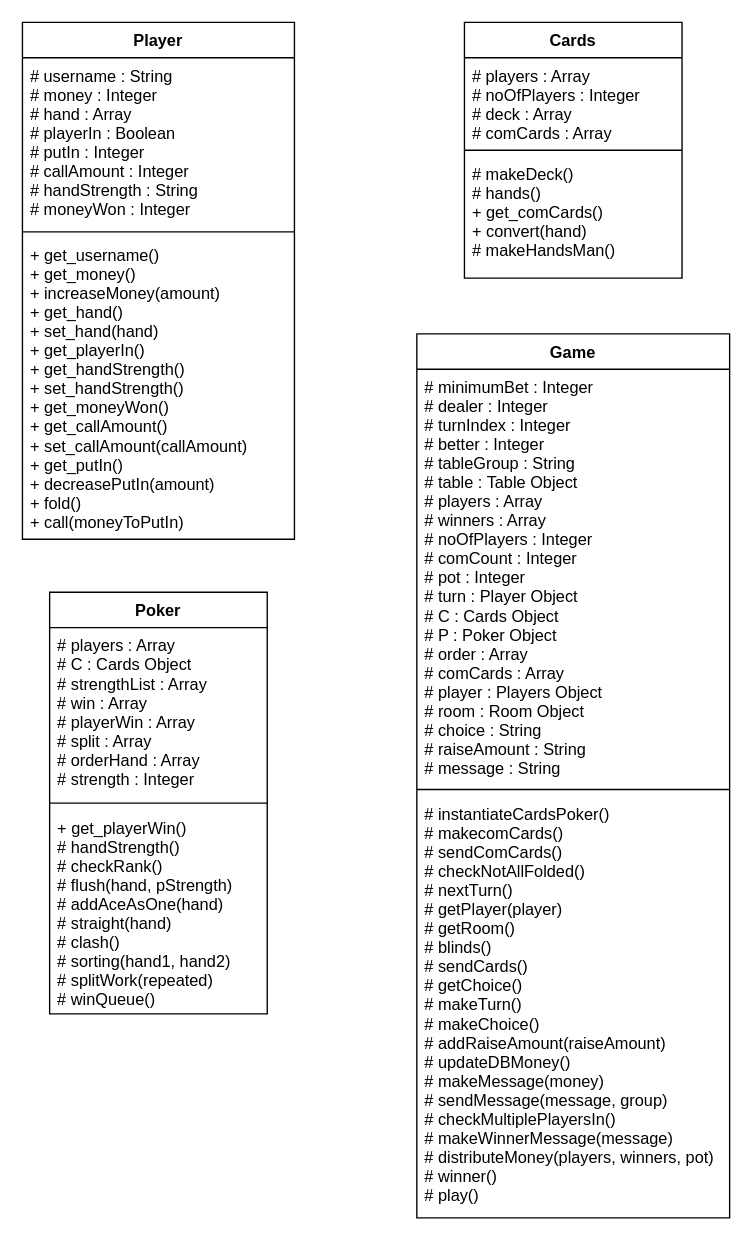
Before: report/oop diagram.drawio in tom-pollak/web-poker, a draw.io diagram. Source tidied: cells renumbered, new cells numbered last; positions are measured from the earlier drawing's top-left corner, leaving out a move shared by most shapes. Both pictures are drawn from the tidied source at 136%, with x=0, y=0 at pixel (22, 22).
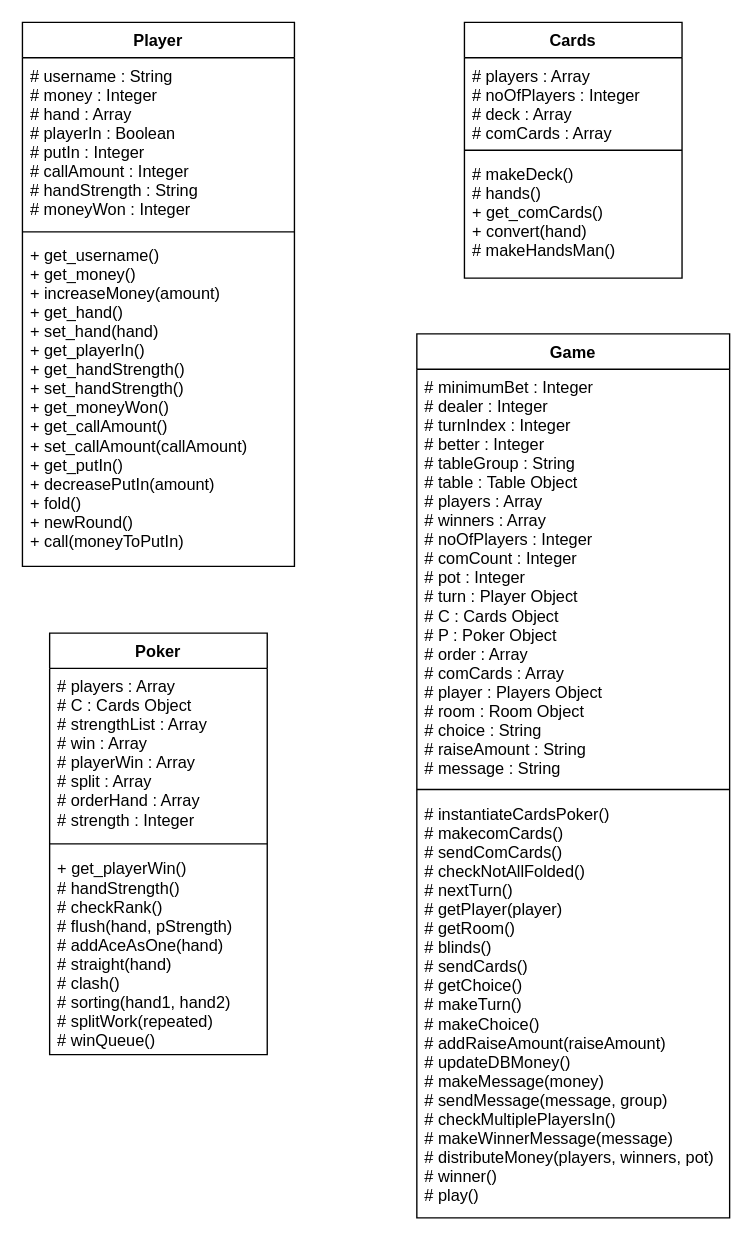
Above is the later version.

Diff of the diagram source:
```diff
@@
 <mxGraphModel>
   <root>
     <mxCell id="0" />
     <mxCell id="1" parent="0" />
     <mxCell id="2" value="Player" style="swimlane;fontStyle=1;align=center;verticalAlign=top;horizontal=1;startSize=26;" parent="1" vertex="1">
-      <mxGeometry width="200" height="380" as="geometry" />
+      <mxGeometry width="200" height="400" as="geometry" />
     </mxCell>
     <mxCell id="3" value="# username : String&#10;# money : Integer&#10;# hand : Array&#10;# playerIn : Boolean&#10;# putIn : Integer&#10;# callAmount : Integer&#10;# handStrength : String&#10;# moneyWon : Integer" style="text;strokeColor=none;fillColor=none;align=left;verticalAlign=top;spacingLeft=4;spacingRight=4;overflow=hidden;" parent="2" vertex="1">
       <mxGeometry y="26" width="200" height="124" as="geometry" />
     </mxCell>
     <mxCell id="4" style="line;strokeWidth=1;fillColor=none;align=left;verticalAlign=middle;spacingTop=-1;spacingLeft=3;spacingRight=3;labelPosition=right;" parent="2" vertex="1">
       <mxGeometry y="150" width="200" height="8" as="geometry" />
     </mxCell>
-    <mxCell id="5" value="+ get_username()&#10;+ get_money()&#10;+ increaseMoney(amount)&#10;+ get_hand()&#10;+ set_hand(hand)&#10;+ get_playerIn()&#10;+ get_handStrength()&#10;+ set_handStrength()&#10;+ get_moneyWon()&#10;+ get_callAmount()&#10;+ set_callAmount(callAmount)&#10;+ get_putIn()&#10;+ decreasePutIn(amount)&#10;+ fold()&#10;+ call(moneyToPutIn)" style="text;strokeColor=none;fillColor=none;align=left;verticalAlign=top;spacingLeft=4;spacingRight=4;overflow=hidden;" parent="2" vertex="1">
-      <mxGeometry y="158" width="200" height="222" as="geometry" />
+    <mxCell id="5" value="+ get_username()&#10;+ get_money()&#10;+ increaseMoney(amount)&#10;+ get_hand()&#10;+ set_hand(hand)&#10;+ get_playerIn()&#10;+ get_handStrength()&#10;+ set_handStrength()&#10;+ get_moneyWon()&#10;+ get_callAmount()&#10;+ set_callAmount(callAmount)&#10;+ get_putIn()&#10;+ decreasePutIn(amount)&#10;+ fold()&#10;+ newRound()&#10;+ call(moneyToPutIn)" style="text;strokeColor=none;fillColor=none;align=left;verticalAlign=top;spacingLeft=4;spacingRight=4;overflow=hidden;" parent="2" vertex="1">
+      <mxGeometry y="158" width="200" height="242" as="geometry" />
     </mxCell>
     <mxCell id="6" value="Cards" style="swimlane;fontStyle=1;align=center;verticalAlign=top;horizontal=1;startSize=26;" parent="1" vertex="1">
       <mxGeometry x="325" width="160" height="188" as="geometry" />
     </mxCell>
     <mxCell id="7" value="# players : Array&#10;# noOfPlayers : Integer&#10;# deck : Array&#10;# comCards : Array" style="text;strokeColor=none;fillColor=none;align=left;verticalAlign=top;spacingLeft=4;spacingRight=4;overflow=hidden;" parent="6" vertex="1">
       <mxGeometry y="26" width="160" height="64" as="geometry" />
     </mxCell>
     <mxCell id="8" style="line;strokeWidth=1;fillColor=none;align=left;verticalAlign=middle;spacingTop=-1;spacingLeft=3;spacingRight=3;labelPosition=right;" parent="6" vertex="1">
       <mxGeometry y="90" width="160" height="8" as="geometry" />
     </mxCell>
     <mxCell id="9" value="# makeDeck()&#10;# hands()&#10;+ get_comCards()&#10;+ convert(hand)&#10;# makeHandsMan()&#10;" style="text;strokeColor=none;fillColor=none;align=left;verticalAlign=top;spacingLeft=4;spacingRight=4;overflow=hidden;" parent="6" vertex="1">
       <mxGeometry y="98" width="160" height="90" as="geometry" />
     </mxCell>
     <mxCell id="10" value="Poker" style="swimlane;fontStyle=1;align=center;verticalAlign=top;horizontal=1;startSize=26;" parent="1" vertex="1">
-      <mxGeometry x="20" y="419" width="160" height="310" as="geometry" />
+      <mxGeometry x="20" y="449" width="160" height="310" as="geometry" />
     </mxCell>
     <mxCell id="11" value="# players : Array&#10;# C : Cards Object&#10;# strengthList : Array&#10;# win : Array&#10;# playerWin : Array&#10;# split : Array&#10;# orderHand : Array&#10;# strength : Integer" style="text;strokeColor=none;fillColor=none;align=left;verticalAlign=top;spacingLeft=4;spacingRight=4;overflow=hidden;" parent="10" vertex="1">
       <mxGeometry y="26" width="160" height="124" as="geometry" />
     </mxCell>
     <mxCell id="12" style="line;strokeWidth=1;fillColor=none;align=left;verticalAlign=middle;spacingTop=-1;spacingLeft=3;spacingRight=3;labelPosition=right;" parent="10" vertex="1">
       <mxGeometry y="150" width="160" height="10" as="geometry" />
     </mxCell>
     <mxCell id="13" value="+ get_playerWin()&#10;# handStrength()&#10;# checkRank()&#10;# flush(hand, pStrength)&#10;# addAceAsOne(hand)&#10;# straight(hand)&#10;# clash()&#10;# sorting(hand1, hand2)&#10;# splitWork(repeated)&#10;# winQueue()" style="text;strokeColor=none;fillColor=none;align=left;verticalAlign=top;spacingLeft=4;spacingRight=4;overflow=hidden;" parent="10" vertex="1">
       <mxGeometry y="160" width="160" height="150" as="geometry" />
     </mxCell>
     <mxCell id="14" value="Game" style="swimlane;fontStyle=1;align=center;verticalAlign=top;horizontal=1;startSize=26;" parent="1" vertex="1">
       <mxGeometry x="290" y="229" width="230" height="650" as="geometry" />
     </mxCell>
     <mxCell id="15" value="# minimumBet : Integer&#10;# dealer : Integer&#10;# turnIndex : Integer&#10;# better : Integer&#10;# tableGroup : String&#10;# table : Table Object&#10;# players : Array&#10;# winners : Array&#10;# noOfPlayers : Integer&#10;# comCount : Integer&#10;# pot : Integer&#10;# turn : Player Object&#10;# C : Cards Object&#10;# P : Poker Object&#10;# order : Array&#10;# comCards : Array&#10;# player : Players Object&#10;# room : Room Object&#10;# choice : String&#10;# raiseAmount : String&#10;# message : String" style="text;strokeColor=none;fillColor=none;align=left;verticalAlign=top;spacingLeft=4;spacingRight=4;overflow=hidden;" parent="14" vertex="1">
       <mxGeometry y="26" width="230" height="304" as="geometry" />
     </mxCell>
     <mxCell id="16" style="line;strokeWidth=1;fillColor=none;align=left;verticalAlign=middle;spacingTop=-1;spacingLeft=3;spacingRight=3;labelPosition=right;" parent="14" vertex="1">
       <mxGeometry y="330" width="230" height="10" as="geometry" />
     </mxCell>
     <mxCell id="17" value="# instantiateCardsPoker()&#10;# makecomCards()&#10;# sendComCards()&#10;# checkNotAllFolded()&#10;# nextTurn()&#10;# getPlayer(player)&#10;# getRoom()&#10;# blinds()&#10;# sendCards()&#10;# getChoice()&#10;# makeTurn()&#10;# makeChoice()&#10;# addRaiseAmount(raiseAmount)&#10;# updateDBMoney()&#10;# makeMessage(money)&#10;# sendMessage(message, group)&#10;# checkMultiplePlayersIn()&#10;# makeWinnerMessage(message)&#10;# distributeMoney(players, winners, pot)&#10;# winner()&#10;# play()" style="text;strokeColor=none;fillColor=none;align=left;verticalAlign=top;spacingLeft=4;spacingRight=4;overflow=hidden;" parent="14" vertex="1">
       <mxGeometry y="340" width="230" height="310" as="geometry" />
     </mxCell>
   </root>
 </mxGraphModel>
```
